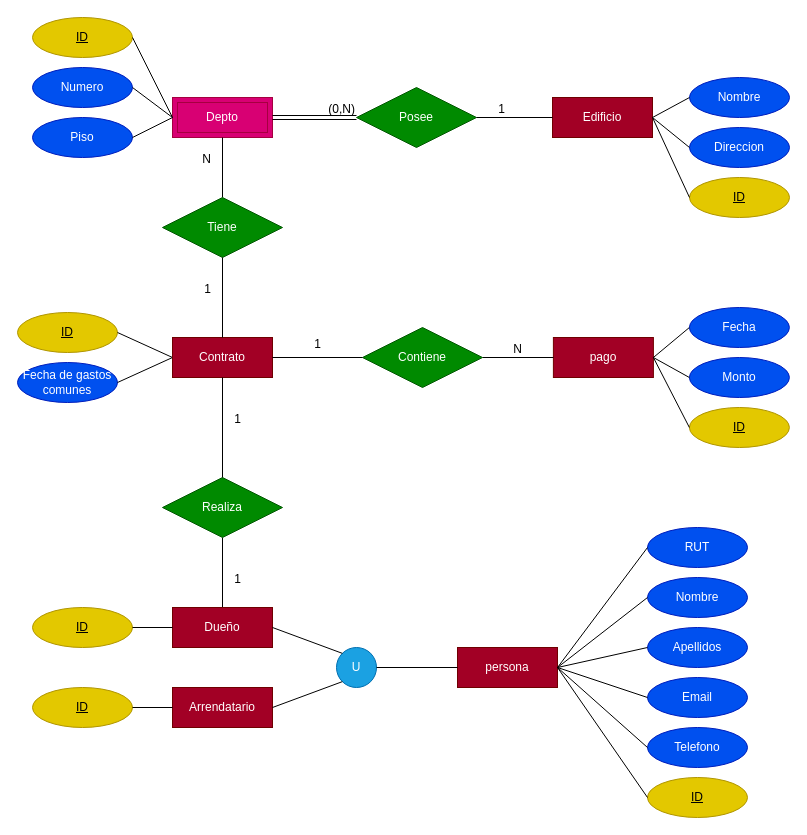
Before: Graphs/conserjeriaMR.drawio in MatiassOrellana/NewConsejeria, a draw.io diagram. Source tidied: cells renumbered, new cells numbered last; positions are measured from the earlier drawing's top-left corner, leaving out a move shared by most shapes. Both pictures are drawn from the tidied source at 100%, with x=0, y=0 at pixel (17, 17).
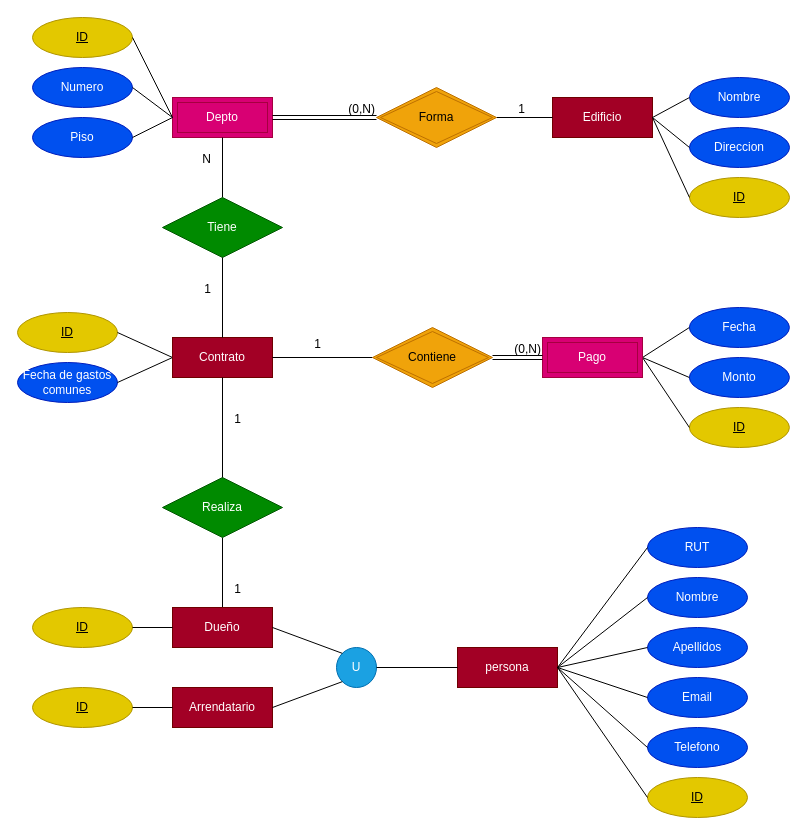
The same page after the edit.

Unchanged cells that the change refers to:
```xml
<mxCell id="2" value="Edificio" style="whiteSpace=wrap;html=1;align=center;fillColor=#a20025;fontColor=#ffffff;strokeColor=#6F0000;" parent="1" vertex="1">
  <mxGeometry x="535" y="80" width="100" height="40" as="geometry" />
</mxCell>
<mxCell id="4" value="Depto" style="shape=ext;margin=3;double=1;whiteSpace=wrap;html=1;align=center;fillColor=#d80073;fontColor=#ffffff;strokeColor=#A50040;" parent="1" vertex="1">
  <mxGeometry x="155" y="80" width="100" height="40" as="geometry" />
</mxCell>
<mxCell id="13" style="endArrow=none;html=1;rounded=0;exitX=0.5;exitY=0;exitDx=0;exitDy=0;entryX=0.5;entryY=1;entryDx=0;entryDy=0;" parent="1" edge="1" source="51" target="64">
  <mxGeometry relative="1" as="geometry" />
</mxCell>
<mxCell id="27" value="Fecha" style="ellipse;whiteSpace=wrap;html=1;align=center;fillColor=#0050ef;fontColor=#ffffff;strokeColor=#001DBC;" parent="1" vertex="1">
  <mxGeometry x="671.9" y="290" width="100" height="40" as="geometry" />
</mxCell>
<mxCell id="28" value="Monto" style="ellipse;whiteSpace=wrap;html=1;align=center;fillColor=#0050ef;fontColor=#ffffff;strokeColor=#001DBC;" parent="1" vertex="1">
  <mxGeometry x="671.9" y="340" width="100" height="40" as="geometry" />
</mxCell>
<mxCell id="47" value="ID" style="ellipse;whiteSpace=wrap;html=1;align=center;fontStyle=4;fillColor=#e3c800;fontColor=#000000;strokeColor=#B09500;" parent="1" vertex="1">
  <mxGeometry x="671.9" y="390" width="100" height="40" as="geometry" />
</mxCell>
```

The edit, as a diff of the source:
```diff
@@
-    <mxCell id="5" value="pago" style="whiteSpace=wrap;html=1;align=center;fillColor=#a20025;fontColor=#ffffff;strokeColor=#6F0000;" parent="1" vertex="1">
-      <mxGeometry x="535.9" y="320" width="100" height="40" as="geometry" />
-    </mxCell>
-    <mxCell id="6" value="Posee" style="shape=rhombus;perimeter=rhombusPerimeter;whiteSpace=wrap;html=1;align=center;fillColor=#008a00;fontColor=#ffffff;strokeColor=#005700;" parent="1" vertex="1">
-      <mxGeometry x="339" y="70" width="120" height="60" as="geometry" />
-    </mxCell>
-    <mxCell id="7" style="endArrow=none;html=1;rounded=0;exitX=0;exitY=0.5;exitDx=0;exitDy=0;entryX=1;entryY=0.5;entryDx=0;entryDy=0;" parent="1" edge="1" source="2" target="6">
+    <mxCell id="7" style="endArrow=none;html=1;rounded=0;exitX=0;exitY=0.5;exitDx=0;exitDy=0;entryX=1;entryY=0.5;entryDx=0;entryDy=0;" parent="1" edge="1" source="2" target="74">
       <mxGeometry relative="1" as="geometry" />
     </mxCell>
@@
-    <mxCell id="9" style="shape=link;html=1;rounded=0;exitX=1;exitY=0.5;exitDx=0;exitDy=0;" parent="1" edge="1" source="4" target="6">
+    <mxCell id="9" style="shape=link;html=1;rounded=0;exitX=1;exitY=0.5;exitDx=0;exitDy=0;entryX=0;entryY=0.5;entryDx=0;entryDy=0;" parent="1" edge="1" source="4" target="74">
       <mxGeometry relative="1" as="geometry" />
     </mxCell>
@@
     <mxCell id="14" value="1" style="html=1;whiteSpace=wrap;align=right;verticalAlign=bottom;" parent="13" vertex="1">
       <mxGeometry x="1" relative="1" as="geometry">
-        <mxPoint x="20" y="50" as="offset" />
+        <mxPoint x="20" y="60" as="offset" />
       </mxGeometry>
     </mxCell>
-    <mxCell id="15" style="endArrow=none;html=1;rounded=0;exitX=1;exitY=0.5;exitDx=0;exitDy=0;" parent="1" edge="1" source="63" target="5">
-      <mxGeometry relative="1" as="geometry" />
-    </mxCell>
-    <mxCell id="16" value="N" style="html=1;whiteSpace=wrap;align=right;verticalAlign=bottom;" parent="15" vertex="1">
-      <mxGeometry x="1" relative="1" as="geometry">
-        <mxPoint x="-30" as="offset" />
-      </mxGeometry>
-    </mxCell>
@@
-    <mxCell id="29" style="endArrow=none;html=1;rounded=0;exitX=0;exitY=0.5;exitDx=0;exitDy=0;entryX=1;entryY=0.5;entryDx=0;entryDy=0;" parent="1" edge="1" source="27" target="5">
+    <mxCell id="29" style="endArrow=none;html=1;rounded=0;exitX=0;exitY=0.5;exitDx=0;exitDy=0;entryX=1;entryY=0.5;entryDx=0;entryDy=0;" parent="1" edge="1" source="27" target="71">
       <mxGeometry relative="1" as="geometry" />
     </mxCell>
-    <mxCell id="30" style="endArrow=none;html=1;rounded=0;exitX=0;exitY=0.5;exitDx=0;exitDy=0;entryX=1;entryY=0.5;entryDx=0;entryDy=0;" parent="1" edge="1" source="28" target="5">
+    <mxCell id="30" style="endArrow=none;html=1;rounded=0;exitX=0;exitY=0.5;exitDx=0;exitDy=0;entryX=1;entryY=0.5;entryDx=0;entryDy=0;" parent="1" edge="1" source="28" target="71">
       <mxGeometry relative="1" as="geometry" />
     </mxCell>
@@
-    <mxCell id="48" style="endArrow=none;html=1;rounded=0;exitX=0;exitY=0.5;exitDx=0;exitDy=0;entryX=1;entryY=0.5;entryDx=0;entryDy=0;" parent="1" edge="1" source="47" target="5">
+    <mxCell id="48" style="endArrow=none;html=1;rounded=0;exitX=0;exitY=0.5;exitDx=0;exitDy=0;entryX=1;entryY=0.5;entryDx=0;entryDy=0;" parent="1" edge="1" source="47" target="71">
       <mxGeometry relative="1" as="geometry" />
     </mxCell>
@@
-    <mxCell id="63" value="Contiene" style="shape=rhombus;perimeter=rhombusPerimeter;whiteSpace=wrap;html=1;align=center;fillColor=#008a00;fontColor=#ffffff;strokeColor=#005700;" parent="1" vertex="1">
-      <mxGeometry x="345" y="310" width="120" height="60" as="geometry" />
-    </mxCell>
@@
+    <mxCell id="71" value="Pago" style="shape=ext;margin=3;double=1;whiteSpace=wrap;html=1;align=center;fillColor=#d80073;fontColor=#ffffff;strokeColor=#A50040;" parent="1" vertex="1">
+      <mxGeometry x="525" y="320" width="100" height="40" as="geometry" />
+    </mxCell>
+    <mxCell id="72" style="shape=link;html=1;rounded=0;entryX=0;entryY=0.5;entryDx=0;entryDy=0;exitX=1;exitY=0.5;exitDx=0;exitDy=0;" parent="1" edge="1" source="63" target="71">
+      <mxGeometry relative="1" as="geometry" />
+    </mxCell>
+    <mxCell id="73" value="(0,N)" style="html=1;whiteSpace=wrap;align=right;verticalAlign=bottom;" parent="72" vertex="1">
+      <mxGeometry x="1" relative="1" as="geometry" />
+    </mxCell>
+    <mxCell id="74" value="Forma" style="shape=rhombus;double=1;perimeter=rhombusPerimeter;whiteSpace=wrap;html=1;align=center;fillColor=#f0a30a;fontColor=#000000;strokeColor=#BD7000;" parent="1" vertex="1">
+      <mxGeometry x="359" y="70" width="120" height="60" as="geometry" />
+    </mxCell>
+    <mxCell id="63" value="Contiene" style="shape=rhombus;double=1;perimeter=rhombusPerimeter;whiteSpace=wrap;html=1;align=center;fillColor=#f0a30a;fontColor=#000000;strokeColor=#BD7000;" parent="1" vertex="1">
+      <mxGeometry x="355" y="310" width="120" height="60" as="geometry" />
+    </mxCell>
```
